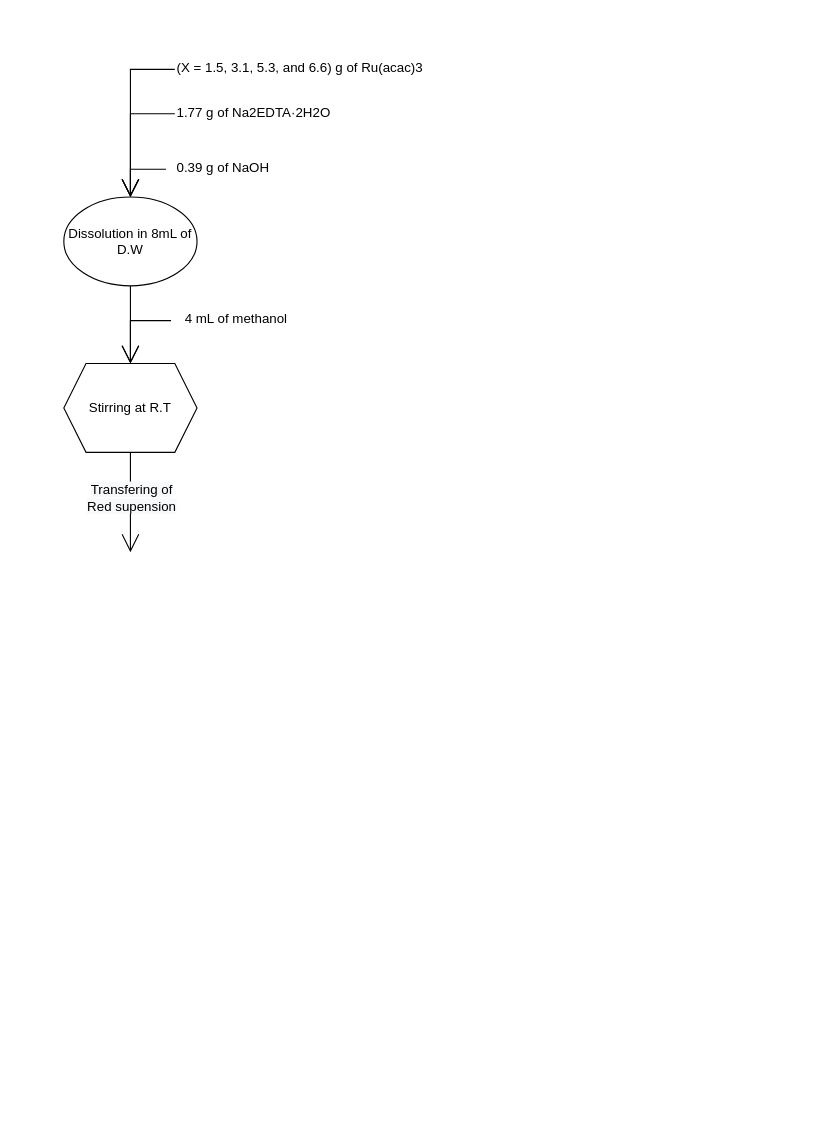
Earlier version of the draw.io diagram page "Page-3" (1 of 3) of Untitled Diagram.drawio (marcelo1356/Training). Source tidied: cells renumbered, new cells numbered last; positions are measured from the earlier drawing's top-left corner, leaving out a move shared by most shapes. Both pictures are drawn from the tidied source at 111%, with x=0, y=0 at pixel (63, 52).
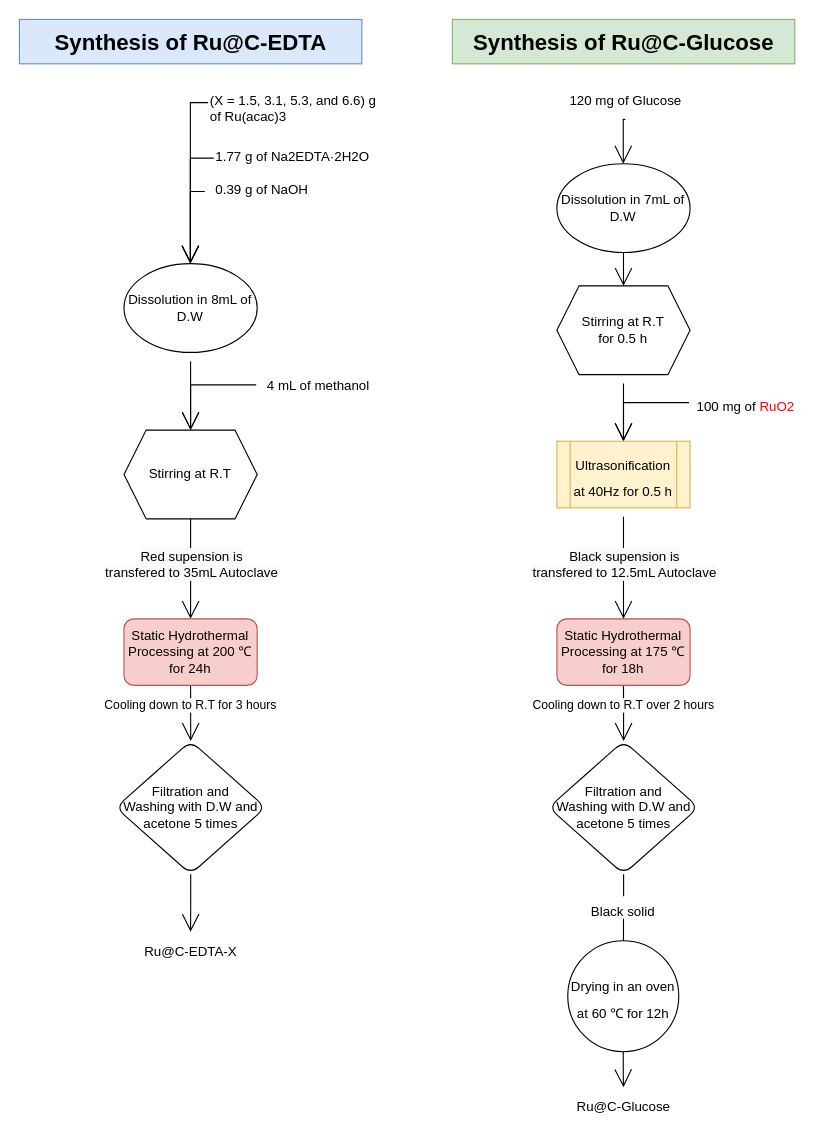
After the change.

Change to the diagram source:
```diff
@@
     <mxCell id="2" style="edgeStyle=elbowEdgeStyle;rounded=0;jettySize=auto;html=1;exitX=0;exitY=0.5;exitDx=0;exitDy=0;entryX=0.5;entryY=0;entryDx=0;entryDy=0;endArrow=open;startSize=14;endSize=14;sourcePerimeterSpacing=8;targetPerimeterSpacing=8;" parent="1" edge="1" source="3" target="9">
       <mxGeometry relative="1" as="geometry">
         <Array as="points">
-          <mxPoint x="60" y="100" />
+          <mxPoint x="114" y="70" />
+          <mxPoint x="100" y="120" />
         </Array>
       </mxGeometry>
     </mxCell>
-    <mxCell id="3" value="(X = 1.5, 3.1, 5.3, and 6.6) g of Ru(acac)3&amp;nbsp;" style="text;whiteSpace=wrap;html=1;" parent="1" vertex="1">
-      <mxGeometry x="100" width="240" height="30" as="geometry" />
+    <mxCell id="3" value="(X = 1.5, 3.1, 5.3, and 6.6) g &lt;br&gt;of Ru(acac)3&amp;nbsp;" style="text;whiteSpace=wrap;html=1;" parent="1" vertex="1">
+      <mxGeometry x="130" y="30" width="160" height="30" as="geometry" />
     </mxCell>
     <mxCell id="4" style="edgeStyle=elbowEdgeStyle;rounded=0;jettySize=auto;html=1;exitX=0;exitY=0.5;exitDx=0;exitDy=0;entryX=0.5;entryY=0;entryDx=0;entryDy=0;endArrow=open;startSize=14;endSize=14;sourcePerimeterSpacing=8;targetPerimeterSpacing=8;" parent="1" edge="1" source="5" target="9">
       <mxGeometry relative="1" as="geometry">
         <Array as="points">
-          <mxPoint x="60" y="120" />
+          <mxPoint x="114" y="110" />
+          <mxPoint x="100" y="140" />
         </Array>
       </mxGeometry>
     </mxCell>
     <mxCell id="5" value="1.77 g of Na2EDTA·2H2O" style="text;whiteSpace=wrap;html=1;" parent="1" vertex="1">
-      <mxGeometry x="100" y="40" width="170" height="30" as="geometry" />
+      <mxGeometry x="135" y="80" width="170" height="30" as="geometry" />
     </mxCell>
     <mxCell id="6" style="edgeStyle=elbowEdgeStyle;rounded=0;jettySize=auto;html=1;entryX=0.5;entryY=0;entryDx=0;entryDy=0;endArrow=open;startSize=14;endSize=14;sourcePerimeterSpacing=8;targetPerimeterSpacing=8;" parent="1" edge="1" source="7" target="9">
       <mxGeometry relative="1" as="geometry">
         <Array as="points">
-          <mxPoint x="60" y="150" />
+          <mxPoint x="114" y="160" />
+          <mxPoint x="102" y="150" />
         </Array>
       </mxGeometry>
     </mxCell>
     <mxCell id="7" value="0.39 g of NaOH" style="text;whiteSpace=wrap;html=1;" parent="1" vertex="1">
-      <mxGeometry x="100" y="90" width="120" height="30" as="geometry" />
+      <mxGeometry x="135" y="110" width="120" height="30" as="geometry" />
     </mxCell>
-    <mxCell id="8" style="edgeStyle=elbowEdgeStyle;rounded=0;jettySize=auto;html=1;exitX=0.5;exitY=1;exitDx=0;exitDy=0;entryX=0.5;entryY=0;entryDx=0;entryDy=0;endArrow=open;startSize=14;endSize=14;sourcePerimeterSpacing=8;targetPerimeterSpacing=8;" parent="1" edge="1" source="9" target="12">
+    <mxCell id="8" style="edgeStyle=orthogonalEdgeStyle;rounded=0;jettySize=auto;html=1;entryX=0.5;entryY=0;entryDx=0;entryDy=0;fontSize=20;endArrow=open;startSize=14;endSize=14;sourcePerimeterSpacing=8;targetPerimeterSpacing=8;" parent="1" edge="1" source="9" target="12">
       <mxGeometry relative="1" as="geometry" />
     </mxCell>
     <mxCell id="9" value="Dissolution in 8mL of D.W" style="ellipse;whiteSpace=wrap;html=1;hachureGap=4;" parent="1" vertex="1">
-      <mxGeometry y="130" width="120" height="80" as="geometry" />
+      <mxGeometry x="54.2" y="190" width="120" height="80" as="geometry" />
     </mxCell>
-    <mxCell id="10" style="edgeStyle=elbowEdgeStyle;rounded=0;jettySize=auto;html=1;exitX=0.5;exitY=1;exitDx=0;exitDy=0;endArrow=open;startSize=14;endSize=14;sourcePerimeterSpacing=8;targetPerimeterSpacing=8;" parent="1" edge="1" source="12">
-      <mxGeometry relative="1" as="geometry">
-        <mxPoint x="60" y="450" as="targetPoint" />
-      </mxGeometry>
+    <mxCell id="10" style="edgeStyle=orthogonalEdgeStyle;rounded=0;jettySize=auto;html=1;exitX=0.5;exitY=1;exitDx=0;exitDy=0;endArrow=open;startSize=14;endSize=14;sourcePerimeterSpacing=8;targetPerimeterSpacing=8;entryX=0.5;entryY=0;entryDx=0;entryDy=0;" parent="1" edge="1" source="12" target="17">
+      <mxGeometry relative="1" as="geometry" />
     </mxCell>
-    <mxCell id="11" value="&lt;span style=&quot;font-size: 12px ; background-color: rgb(248 , 249 , 250)&quot;&gt;Transfering of&lt;br&gt;Red supension&lt;/span&gt;" style="edgeLabel;html=1;align=center;verticalAlign=middle;" parent="10" vertex="1">
+    <mxCell id="11" value="&lt;span style=&quot;font-size: 12px ; background-color: rgb(248 , 249 , 250)&quot;&gt;Red supension is &lt;br&gt;transfered to 35mL Autoclave&lt;/span&gt;" style="edgeLabel;html=1;align=center;verticalAlign=middle;" parent="10" vertex="1">
       <mxGeometry x="-0.43" y="-2" relative="1" as="geometry">
         <mxPoint x="2" y="14" as="offset" />
       </mxGeometry>
     </mxCell>
     <mxCell id="12" value="Stirring at R.T" style="shape=hexagon;perimeter=hexagonPerimeter2;whiteSpace=wrap;html=1;fixedSize=1;hachureGap=4;" parent="1" vertex="1">
-      <mxGeometry y="280" width="120" height="80" as="geometry" />
+      <mxGeometry x="54.2" y="340" width="120" height="80" as="geometry" />
     </mxCell>
-    <mxCell id="13" style="edgeStyle=elbowEdgeStyle;rounded=0;jettySize=auto;html=1;entryX=0.5;entryY=0;entryDx=0;entryDy=0;endArrow=open;startSize=14;endSize=14;sourcePerimeterSpacing=8;targetPerimeterSpacing=8;exitX=-0.031;exitY=0.57;exitDx=0;exitDy=0;exitPerimeter=0;" parent="1" edge="1" source="14" target="12">
-      <mxGeometry relative="1" as="geometry">
-        <Array as="points">
-          <mxPoint x="60" y="260" />
-        </Array>
-      </mxGeometry>
+    <mxCell id="13" style="edgeStyle=orthogonalEdgeStyle;rounded=0;jettySize=auto;html=1;entryX=0.5;entryY=0;entryDx=0;entryDy=0;fontSize=20;endArrow=open;startSize=14;endSize=14;sourcePerimeterSpacing=8;targetPerimeterSpacing=8;exitX=-0.008;exitY=0.46;exitDx=0;exitDy=0;exitPerimeter=0;" parent="1" edge="1" source="14" target="12">
+      <mxGeometry relative="1" as="geometry" />
     </mxCell>
     <mxCell id="14" value="4 mL of methanol&lt;br&gt;" style="text;html=1;align=center;verticalAlign=middle;points=[];strokeColor=none;fillColor=none;" parent="1" vertex="1">
-      <mxGeometry x="100" y="230" width="110" height="20" as="geometry" />
+      <mxGeometry x="174.2" y="290" width="110" height="20" as="geometry" />
     </mxCell>
+    <mxCell id="15" style="edgeStyle=none;curved=1;rounded=0;jettySize=auto;html=1;endArrow=open;startSize=14;endSize=14;sourcePerimeterSpacing=8;targetPerimeterSpacing=8;exitX=0.5;exitY=1;exitDx=0;exitDy=0;entryX=0.5;entryY=0;entryDx=0;entryDy=0;" parent="1" edge="1" source="17" target="19">
+      <mxGeometry relative="1" as="geometry" />
+    </mxCell>
+    <mxCell id="16" value="Cooling down to R.T for 3 hours" style="edgeLabel;html=1;align=center;verticalAlign=middle;" parent="15" vertex="1">
+      <mxGeometry x="-0.31" y="-1" relative="1" as="geometry" />
+    </mxCell>
+    <mxCell id="17" value="Static Hydrothermal Processing at 200 ℃ for 24h" style="rounded=1;whiteSpace=wrap;html=1;hachureGap=4;fillColor=#f8cecc;strokeColor=#b85450;" parent="1" vertex="1">
+      <mxGeometry x="54.2" y="510" width="120" height="60" as="geometry" />
+    </mxCell>
+    <mxCell id="18" style="edgeStyle=orthogonalEdgeStyle;rounded=0;jettySize=auto;html=1;fontSize=20;endArrow=open;startSize=14;endSize=14;sourcePerimeterSpacing=8;targetPerimeterSpacing=8;exitX=0.5;exitY=1;exitDx=0;exitDy=0;" parent="1" edge="1" source="19" target="20">
+      <mxGeometry relative="1" as="geometry" />
+    </mxCell>
+    <mxCell id="19" value="Filtration and &lt;br&gt;Washing with D.W and acetone 5 times" style="rhombus;whiteSpace=wrap;html=1;rounded=1;hachureGap=4;" parent="1" vertex="1">
+      <mxGeometry x="46.8" y="620" width="135" height="120" as="geometry" />
+    </mxCell>
+    <mxCell id="20" value="Ru@C-EDTA-X" style="text;html=1;align=center;verticalAlign=middle;points=[];strokeColor=none;fillColor=none;" parent="1" vertex="1">
+      <mxGeometry x="64.2" y="800" width="100" height="20" as="geometry" />
+    </mxCell>
+    <mxCell id="21" value="Synthesis of Ru@C-EDTA" style="text;html=1;strokeColor=#6c8ebf;fillColor=#dae8fc;align=center;verticalAlign=middle;whiteSpace=wrap;rounded=0;hachureGap=4;labelBorderColor=none;labelBackgroundColor=none;fontStyle=1;fontSize=20;perimeterSpacing=0;strokeWidth=1;" parent="1" vertex="1">
+      <mxGeometry x="-40" y="-30" width="308.5" height="40" as="geometry" />
+    </mxCell>
+    <mxCell id="22" style="edgeStyle=elbowEdgeStyle;rounded=0;jettySize=auto;html=1;exitX=0.5;exitY=1;exitDx=0;exitDy=0;entryX=0.5;entryY=0;entryDx=0;entryDy=0;endArrow=open;startSize=14;endSize=14;sourcePerimeterSpacing=8;targetPerimeterSpacing=8;" parent="1" edge="1" source="23" target="25">
+      <mxGeometry relative="1" as="geometry">
+        <Array as="points">
+          <mxPoint x="504" y="70" />
+          <mxPoint x="490" y="120" />
+        </Array>
+      </mxGeometry>
+    </mxCell>
+    <mxCell id="23" value="120 mg of Glucose" style="text;whiteSpace=wrap;html=1;" parent="1" vertex="1">
+      <mxGeometry x="454" y="30" width="103.6" height="30" as="geometry" />
+    </mxCell>
+    <mxCell id="24" style="edgeStyle=orthogonalEdgeStyle;rounded=0;jettySize=auto;html=1;entryX=0.5;entryY=0;entryDx=0;entryDy=0;fontSize=20;endArrow=open;startSize=14;endSize=14;sourcePerimeterSpacing=8;targetPerimeterSpacing=8;" parent="1" edge="1" source="25" target="27">
+      <mxGeometry relative="1" as="geometry" />
+    </mxCell>
+    <mxCell id="25" value="Dissolution in 7mL of D.W" style="ellipse;whiteSpace=wrap;html=1;hachureGap=4;" parent="1" vertex="1">
+      <mxGeometry x="444.2" y="100" width="120" height="80" as="geometry" />
+    </mxCell>
+    <mxCell id="26" style="edgeStyle=orthogonalEdgeStyle;rounded=0;jettySize=auto;html=1;entryX=0.5;entryY=0;entryDx=0;entryDy=0;fontSize=20;endArrow=open;startSize=14;endSize=14;sourcePerimeterSpacing=8;targetPerimeterSpacing=8;" parent="1" edge="1" source="27" target="38">
+      <mxGeometry relative="1" as="geometry" />
+    </mxCell>
+    <mxCell id="27" value="Stirring at R.T&lt;br&gt;for 0.5 h" style="shape=hexagon;perimeter=hexagonPerimeter2;whiteSpace=wrap;html=1;fixedSize=1;hachureGap=4;" parent="1" vertex="1">
+      <mxGeometry x="444.2" y="210" width="120" height="80" as="geometry" />
+    </mxCell>
+    <mxCell id="28" style="edgeStyle=none;curved=1;rounded=0;jettySize=auto;html=1;endArrow=open;startSize=14;endSize=14;sourcePerimeterSpacing=8;targetPerimeterSpacing=8;exitX=0.5;exitY=1;exitDx=0;exitDy=0;entryX=0.5;entryY=0;entryDx=0;entryDy=0;" parent="1" edge="1" source="30" target="32">
+      <mxGeometry relative="1" as="geometry" />
+    </mxCell>
+    <mxCell id="29" value="Cooling down to R.T over 2 hours" style="edgeLabel;html=1;align=center;verticalAlign=middle;" parent="28" vertex="1">
+      <mxGeometry x="-0.31" y="-1" relative="1" as="geometry" />
+    </mxCell>
+    <mxCell id="30" value="Static Hydrothermal Processing at 175 ℃ for 18h" style="rounded=1;whiteSpace=wrap;html=1;hachureGap=4;fillColor=#f8cecc;strokeColor=#b85450;" parent="1" vertex="1">
+      <mxGeometry x="444.2" y="510" width="120" height="60" as="geometry" />
+    </mxCell>
+    <mxCell id="31" style="edgeStyle=orthogonalEdgeStyle;rounded=0;jettySize=auto;html=1;fontSize=20;endArrow=open;startSize=14;endSize=14;targetPerimeterSpacing=8;exitX=0.5;exitY=1;exitDx=0;exitDy=0;startArrow=none;" parent="1" edge="1" source="40" target="33">
+      <mxGeometry relative="1" as="geometry" />
+    </mxCell>
+    <mxCell id="32" value="Filtration and &lt;br&gt;Washing with D.W and acetone 5 times" style="rhombus;whiteSpace=wrap;html=1;rounded=1;hachureGap=4;" parent="1" vertex="1">
+      <mxGeometry x="436.8" y="620" width="135" height="120" as="geometry" />
+    </mxCell>
+    <mxCell id="33" value="Ru@C-Glucose" style="text;html=1;align=center;verticalAlign=middle;points=[];strokeColor=none;fillColor=none;" parent="1" vertex="1">
+      <mxGeometry x="454.2" y="940" width="100" height="20" as="geometry" />
+    </mxCell>
+    <mxCell id="34" value="Synthesis of Ru@C-Glucose" style="text;html=1;strokeColor=#82b366;fillColor=#d5e8d4;align=center;verticalAlign=middle;whiteSpace=wrap;rounded=0;hachureGap=4;labelBorderColor=none;labelBackgroundColor=none;fontStyle=1;fontSize=20;perimeterSpacing=0;strokeWidth=1;" parent="1" vertex="1">
+      <mxGeometry x="350" y="-30" width="308.5" height="40" as="geometry" />
+    </mxCell>
+    <mxCell id="35" style="edgeStyle=orthogonalEdgeStyle;rounded=0;jettySize=auto;html=1;entryX=0.5;entryY=0;entryDx=0;entryDy=0;fontSize=20;endArrow=open;startSize=14;endSize=14;sourcePerimeterSpacing=8;targetPerimeterSpacing=8;exitX=-0.01;exitY=0.507;exitDx=0;exitDy=0;exitPerimeter=0;" parent="1" edge="1" source="36" target="38">
+      <mxGeometry relative="1" as="geometry" />
+    </mxCell>
+    <mxCell id="36" value="&lt;font style=&quot;font-size: 12px&quot;&gt;100 mg of &lt;font color=&quot;#ff0000&quot;&gt;RuO2&lt;/font&gt;&lt;/font&gt;" style="text;html=1;align=center;verticalAlign=middle;points=[];strokeColor=none;fillColor=none;fontSize=20;" parent="1" vertex="1">
+      <mxGeometry x="564.2" y="300" width="100" height="30" as="geometry" />
+    </mxCell>
+    <mxCell id="37" style="edgeStyle=orthogonalEdgeStyle;rounded=0;jettySize=auto;html=1;entryX=0.5;entryY=0;entryDx=0;entryDy=0;fontSize=20;endArrow=open;startSize=14;endSize=14;sourcePerimeterSpacing=8;targetPerimeterSpacing=8;" parent="1" edge="1" source="38" target="30">
+      <mxGeometry relative="1" as="geometry" />
+    </mxCell>
+    <mxCell id="38" value="&lt;font style=&quot;font-size: 12px&quot;&gt;Ultrasonification at 40Hz for 0.5 h&lt;/font&gt;" style="shape=process;whiteSpace=wrap;html=1;backgroundOutline=1;labelBackgroundColor=none;hachureGap=4;fontSize=20;strokeWidth=1;fillColor=#fff2cc;strokeColor=#d6b656;" parent="1" vertex="1">
+      <mxGeometry x="444.2" y="350" width="120" height="60" as="geometry" />
+    </mxCell>
+    <mxCell id="39" value="&lt;span style=&quot;font-size: 12px ; background-color: rgb(248 , 249 , 250)&quot;&gt;Black supension is &lt;br&gt;transfered to 12.5mL Autoclave&lt;/span&gt;" style="edgeLabel;html=1;align=center;verticalAlign=middle;" parent="1" vertex="1">
+      <mxGeometry x="504" y="460" as="geometry" />
+    </mxCell>
+    <mxCell id="40" value="&lt;font style=&quot;font-size: 12px&quot;&gt;Drying in an oven at 60 ℃&amp;nbsp;for 12h&lt;/font&gt;" style="ellipse;whiteSpace=wrap;html=1;labelBackgroundColor=none;hachureGap=4;fontSize=20;strokeWidth=1;gradientColor=none;" parent="1" vertex="1">
+      <mxGeometry x="454" y="800" width="100" height="100" as="geometry" />
+    </mxCell>
+    <mxCell id="41" style="edgeStyle=orthogonalEdgeStyle;rounded=0;jettySize=auto;html=1;fontSize=20;endArrow=none;startSize=14;endSize=14;exitX=0.5;exitY=1;exitDx=0;exitDy=0;startArrow=none;" parent="1" edge="1" source="42" target="40">
+      <mxGeometry relative="1" as="geometry" />
+    </mxCell>
+    <mxCell id="42" value="&lt;font style=&quot;font-size: 12px&quot;&gt;Black solid&lt;/font&gt;" style="text;html=1;strokeColor=none;fillColor=none;align=center;verticalAlign=middle;whiteSpace=wrap;rounded=0;labelBackgroundColor=none;hachureGap=4;fontSize=20;" parent="1" vertex="1">
+      <mxGeometry x="471.2" y="760" width="66" height="20" as="geometry" />
+    </mxCell>
+    <mxCell id="43" style="edgeStyle=orthogonalEdgeStyle;rounded=0;jettySize=auto;html=1;fontSize=20;endArrow=none;startSize=14;endSize=14;sourcePerimeterSpacing=8;exitX=0.5;exitY=1;exitDx=0;exitDy=0;" parent="1" edge="1" source="32" target="42">
+      <mxGeometry relative="1" as="geometry" />
+    </mxCell>
```
